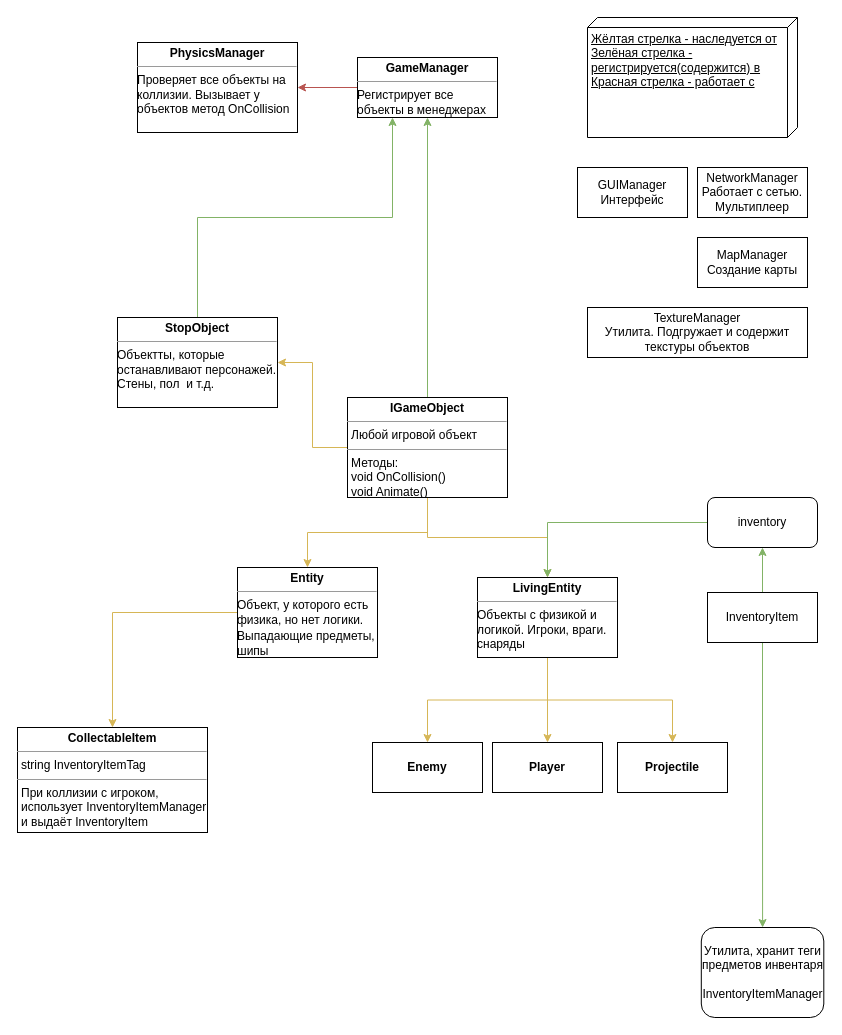
Above: progtimeDiagramm.drawio in progtime-net/drawIOPlan (draw.io), before the change. Source tidied: cells renumbered, new cells numbered last; positions are measured from the earlier drawing's top-left corner, leaving out a move shared by most shapes. Both pictures are drawn from the tidied source at 100%, with x=0, y=0 at pixel (17, 17).
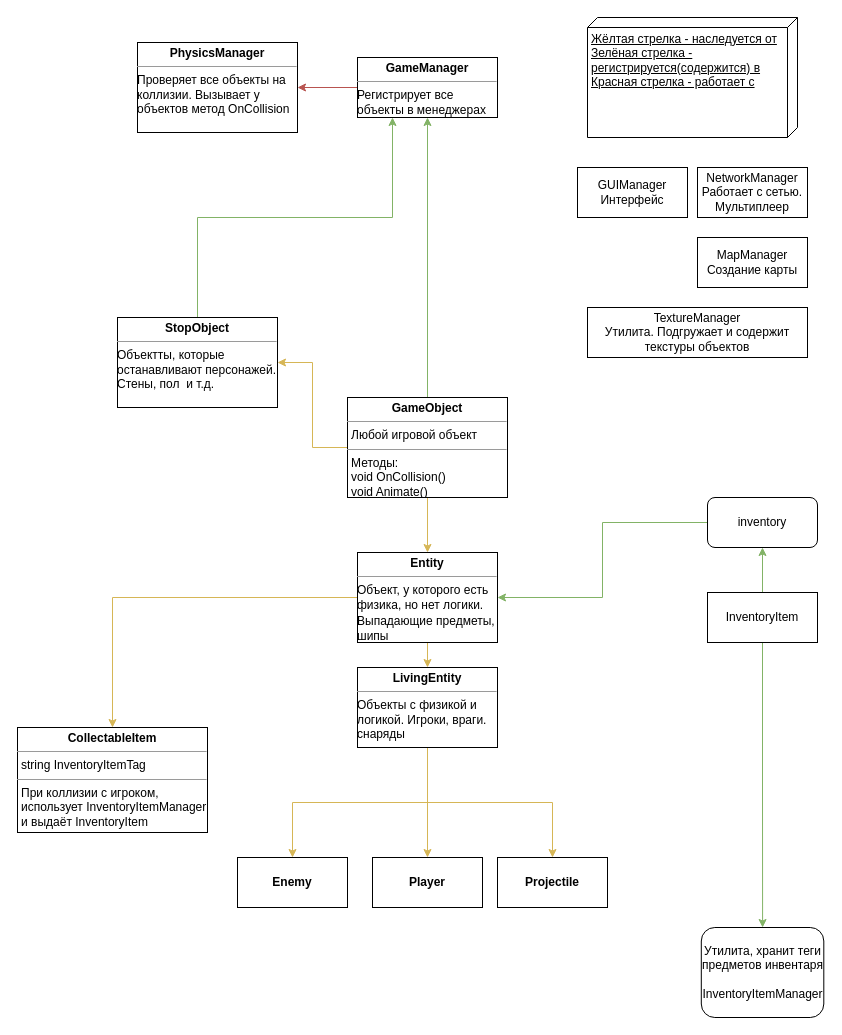
The same diagram, later.

Unchanged cells that the change refers to:
```xml
<mxCell id="21" value="inventory" style="html=1;whiteSpace=wrap;rounded=1;" parent="1" vertex="1">
  <mxGeometry x="690" y="480" width="110" height="50" as="geometry" />
</mxCell>
```

Change to the diagram source:
```diff
@@
-    <mxCell id="8" style="edgeStyle=orthogonalEdgeStyle;rounded=0;jettySize=auto;html=1;exitX=0.5;exitY=1;exitDx=0;exitDy=0;entryX=0.5;entryY=0;entryDx=0;entryDy=0;fillColor=#fff2cc;strokeColor=#d6b656;" parent="1" edge="1" source="10" target="16">
-      <mxGeometry relative="1" as="geometry" />
-    </mxCell>
@@
-    <mxCell id="10" value="&lt;p style=&quot;margin:0px;margin-top:4px;text-align:center;&quot;&gt;&lt;b&gt;IGameObject&lt;/b&gt;&lt;/p&gt;&lt;hr size=&quot;1&quot;&gt;&lt;p style=&quot;margin:0px;margin-left:4px;&quot;&gt;Любой игровой объект&lt;/p&gt;&lt;hr size=&quot;1&quot;&gt;&lt;p style=&quot;margin:0px;margin-left:4px;&quot;&gt;Методы:&lt;/p&gt;&lt;p style=&quot;margin:0px;margin-left:4px;&quot;&gt;void OnCollision()&lt;/p&gt;&lt;p style=&quot;margin:0px;margin-left:4px;&quot;&gt;void Animate()&lt;/p&gt;" style="verticalAlign=top;align=left;overflow=fill;fontSize=12;fontFamily=Helvetica;html=1;whiteSpace=wrap;" parent="1" vertex="1">
+    <mxCell id="10" value="&lt;p style=&quot;margin:0px;margin-top:4px;text-align:center;&quot;&gt;&lt;b&gt;GameObject&lt;/b&gt;&lt;/p&gt;&lt;hr size=&quot;1&quot;&gt;&lt;p style=&quot;margin:0px;margin-left:4px;&quot;&gt;Любой игровой объект&lt;/p&gt;&lt;hr size=&quot;1&quot;&gt;&lt;p style=&quot;margin:0px;margin-left:4px;&quot;&gt;Методы:&lt;/p&gt;&lt;p style=&quot;margin:0px;margin-left:4px;&quot;&gt;void OnCollision()&lt;/p&gt;&lt;p style=&quot;margin:0px;margin-left:4px;&quot;&gt;void Animate()&lt;/p&gt;" style="verticalAlign=top;align=left;overflow=fill;fontSize=12;fontFamily=Helvetica;html=1;whiteSpace=wrap;" parent="1" vertex="1">
       <mxGeometry x="330" y="380" width="160" height="100" as="geometry" />
     </mxCell>
@@
+    <mxCell id="34" style="edgeStyle=orthogonalEdgeStyle;rounded=0;jettySize=auto;html=1;fillColor=#fff2cc;strokeColor=#d6b656;" parent="1" edge="1" source="12" target="16">
+      <mxGeometry relative="1" as="geometry" />
+    </mxCell>
     <mxCell id="12" value="&lt;p style=&quot;margin:0px;margin-top:4px;text-align:center;&quot;&gt;&lt;b&gt;Entity&lt;/b&gt;&lt;/p&gt;&lt;hr size=&quot;1&quot;&gt;Объект, у которого есть физика, но нет логики.&lt;div style=&quot;height:2px;&quot;&gt;&lt;/div&gt;Выпадающие предметы,&lt;br&gt;шипы&lt;br&gt;&lt;hr size=&quot;1&quot;&gt;&lt;div style=&quot;height:2px;&quot;&gt;&lt;/div&gt;" style="verticalAlign=top;align=left;overflow=fill;fontSize=12;fontFamily=Helvetica;html=1;whiteSpace=wrap;" parent="1" vertex="1">
-      <mxGeometry x="220" y="550" width="140" height="90" as="geometry" />
+      <mxGeometry x="340" y="535" width="140" height="90" as="geometry" />
     </mxCell>
@@
     <mxCell id="16" value="&lt;p style=&quot;margin:0px;margin-top:4px;text-align:center;&quot;&gt;&lt;b&gt;LivingEntity&lt;/b&gt;&lt;/p&gt;&lt;hr size=&quot;1&quot;&gt;Объекты с физикой и логикой. Игроки, враги. снаряды&lt;div style=&quot;height:2px;&quot;&gt;&lt;/div&gt;&lt;hr size=&quot;1&quot;&gt;&lt;div style=&quot;height:2px;&quot;&gt;&lt;/div&gt;" style="verticalAlign=top;align=left;overflow=fill;fontSize=12;fontFamily=Helvetica;html=1;whiteSpace=wrap;" parent="1" vertex="1">
-      <mxGeometry x="460" y="560" width="140" height="80" as="geometry" />
+      <mxGeometry x="340" y="650" width="140" height="80" as="geometry" />
     </mxCell>
     <mxCell id="17" value="&lt;b&gt;Player&lt;/b&gt;" style="html=1;whiteSpace=wrap;" parent="1" vertex="1">
-      <mxGeometry x="475" y="725" width="110" height="50" as="geometry" />
+      <mxGeometry x="355" y="840" width="110" height="50" as="geometry" />
     </mxCell>
     <mxCell id="18" value="&lt;b&gt;Enemy&lt;/b&gt;" style="html=1;whiteSpace=wrap;" parent="1" vertex="1">
-      <mxGeometry x="355" y="725" width="110" height="50" as="geometry" />
+      <mxGeometry x="220" y="840" width="110" height="50" as="geometry" />
     </mxCell>
     <mxCell id="19" value="&lt;b&gt;Projectile&lt;/b&gt;" style="html=1;whiteSpace=wrap;" parent="1" vertex="1">
-      <mxGeometry x="600" y="725" width="110" height="50" as="geometry" />
+      <mxGeometry x="480" y="840" width="110" height="50" as="geometry" />
     </mxCell>
-    <mxCell id="20" style="edgeStyle=orthogonalEdgeStyle;rounded=0;jettySize=auto;html=1;fillColor=#d5e8d4;strokeColor=#82b366;" parent="1" edge="1" source="21" target="16">
-      <mxGeometry relative="1" as="geometry" />
-    </mxCell>
+    <mxCell id="35" style="edgeStyle=orthogonalEdgeStyle;rounded=0;jettySize=auto;html=1;entryX=1;entryY=0.5;entryDx=0;entryDy=0;fillColor=#d5e8d4;strokeColor=#82b366;" parent="1" edge="1" source="21" target="12">
+      <mxGeometry relative="1" as="geometry" />
+    </mxCell>
```
